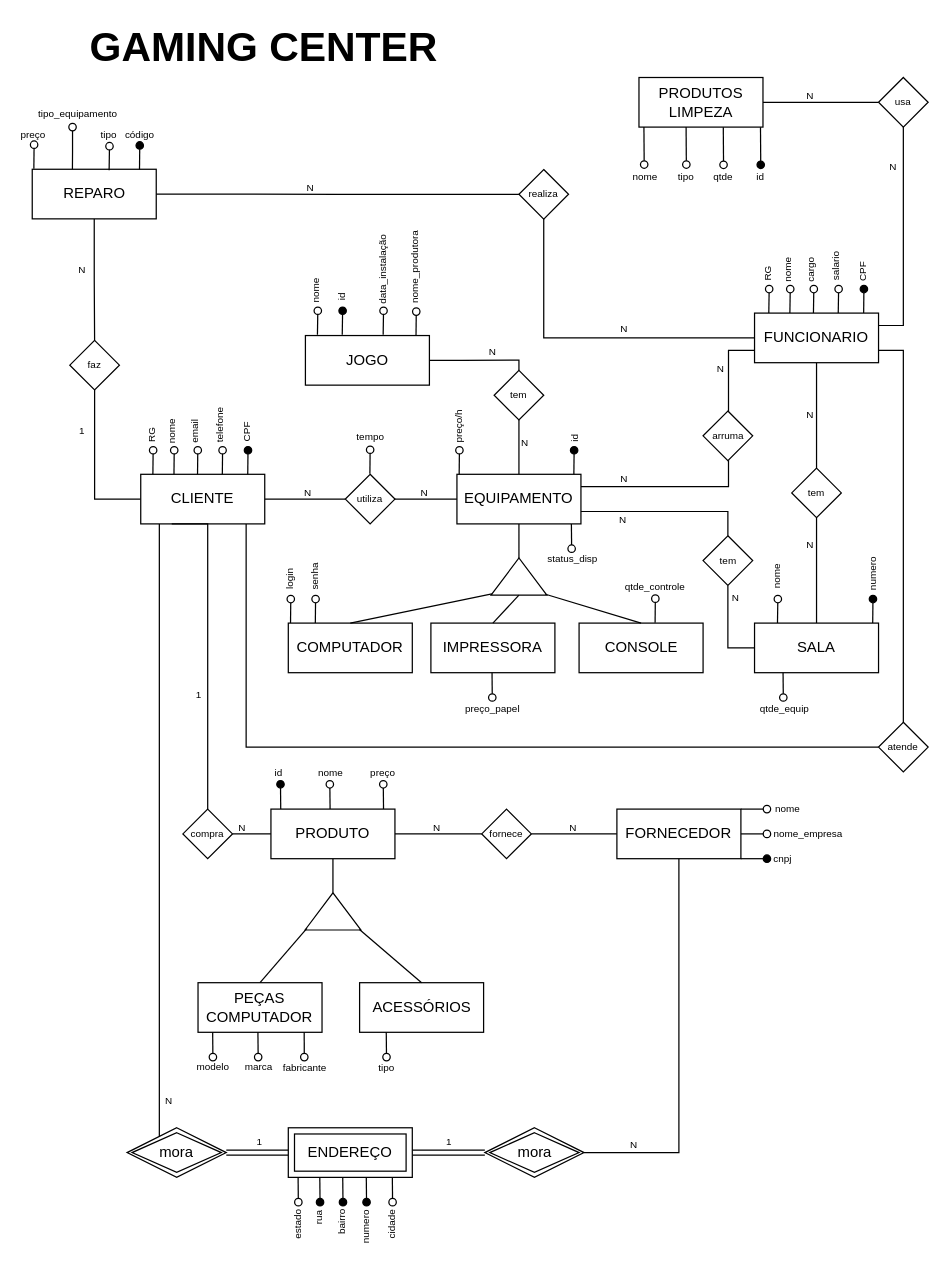
Earlier version of the draw.io diagram Modelo Entidade Relacionamento/MER.drawio (iagocarmona/BD1-Project). Source tidied: cells renumbered, new cells numbered last; positions are measured from the earlier drawing's top-left corner, leaving out a move shared by most shapes. Both pictures are drawn from the tidied source at 124%, with x=0, y=0 at pixel (22, 27).
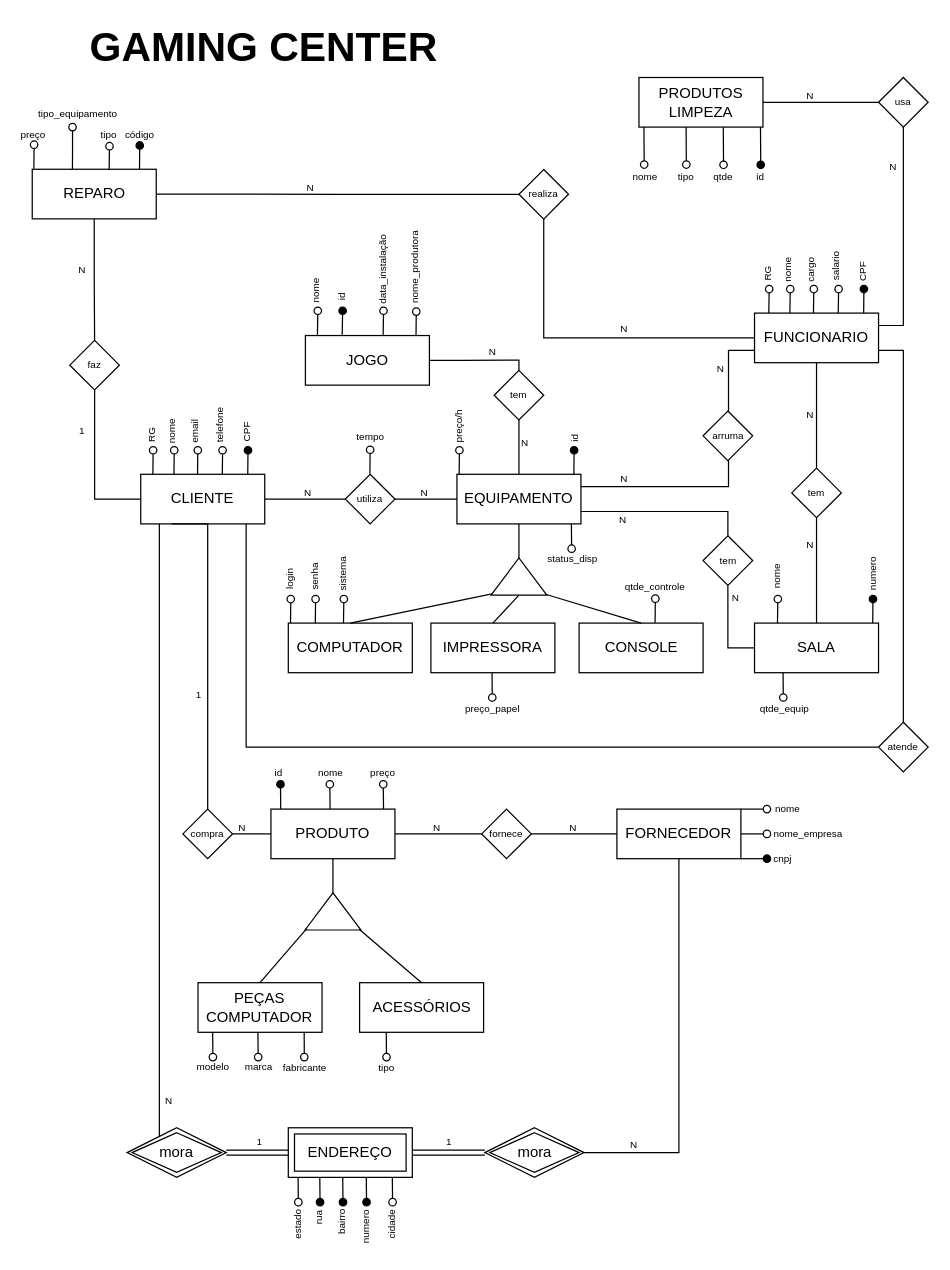
After the change.

Diff of the diagram source:
```diff
@@
+    <mxCell id="187" style="endArrow=oval;html=1;rounded=0;fontSize=8;exitX=0.948;exitY=-0.015;exitDx=0;exitDy=0;exitPerimeter=0;endFill=0;" parent="1" edge="1">
+      <mxGeometry relative="1" as="geometry">
+        <mxPoint x="258.5" y="480" as="sourcePoint" />
+        <mxPoint x="258.8" y="460.6" as="targetPoint" />
+      </mxGeometry>
+    </mxCell>
+    <mxCell id="188" value="&lt;span style=&quot;font-size: 8px;&quot;&gt;sistema&lt;br&gt;&lt;/span&gt;" style="text;html=1;strokeColor=none;fillColor=none;align=center;verticalAlign=middle;whiteSpace=wrap;rounded=0;rotation=-90;" parent="1" vertex="1">
+      <mxGeometry x="246.8" y="435.6" width="20" height="10" as="geometry" />
+    </mxCell>
```
